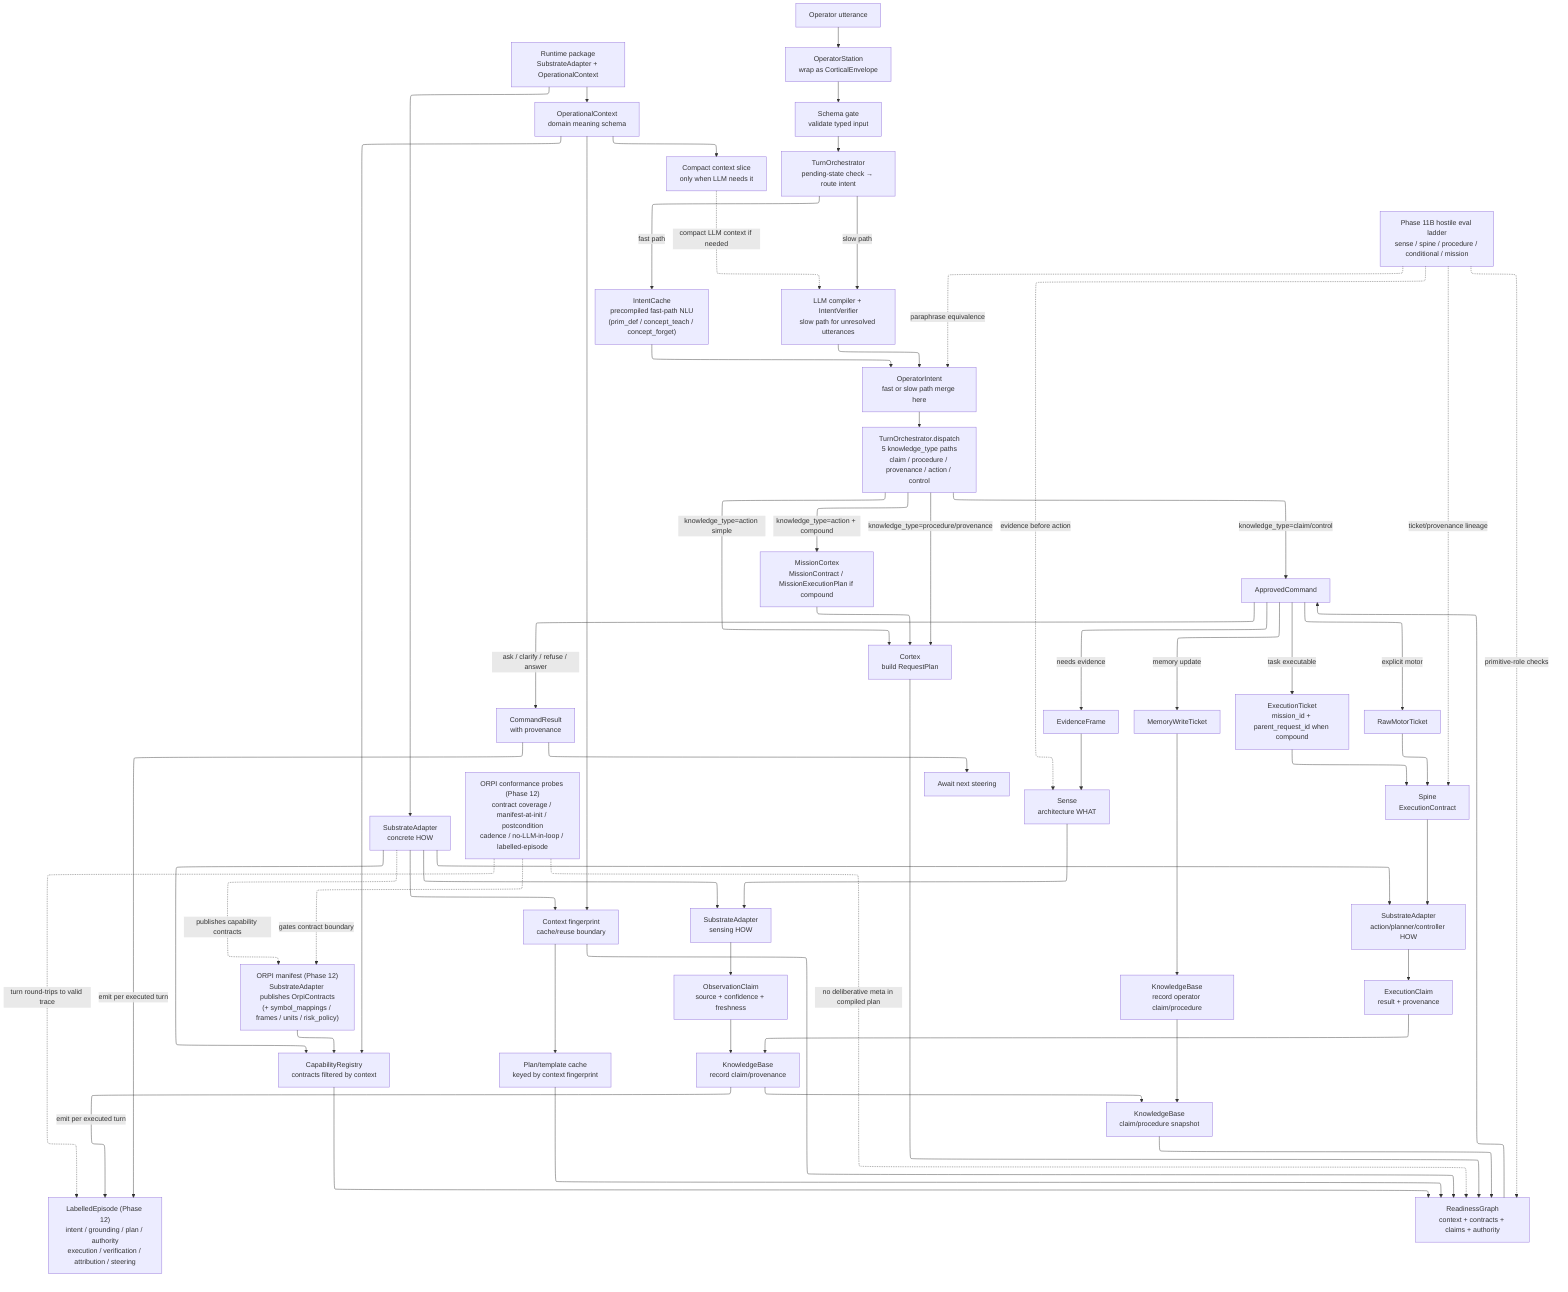
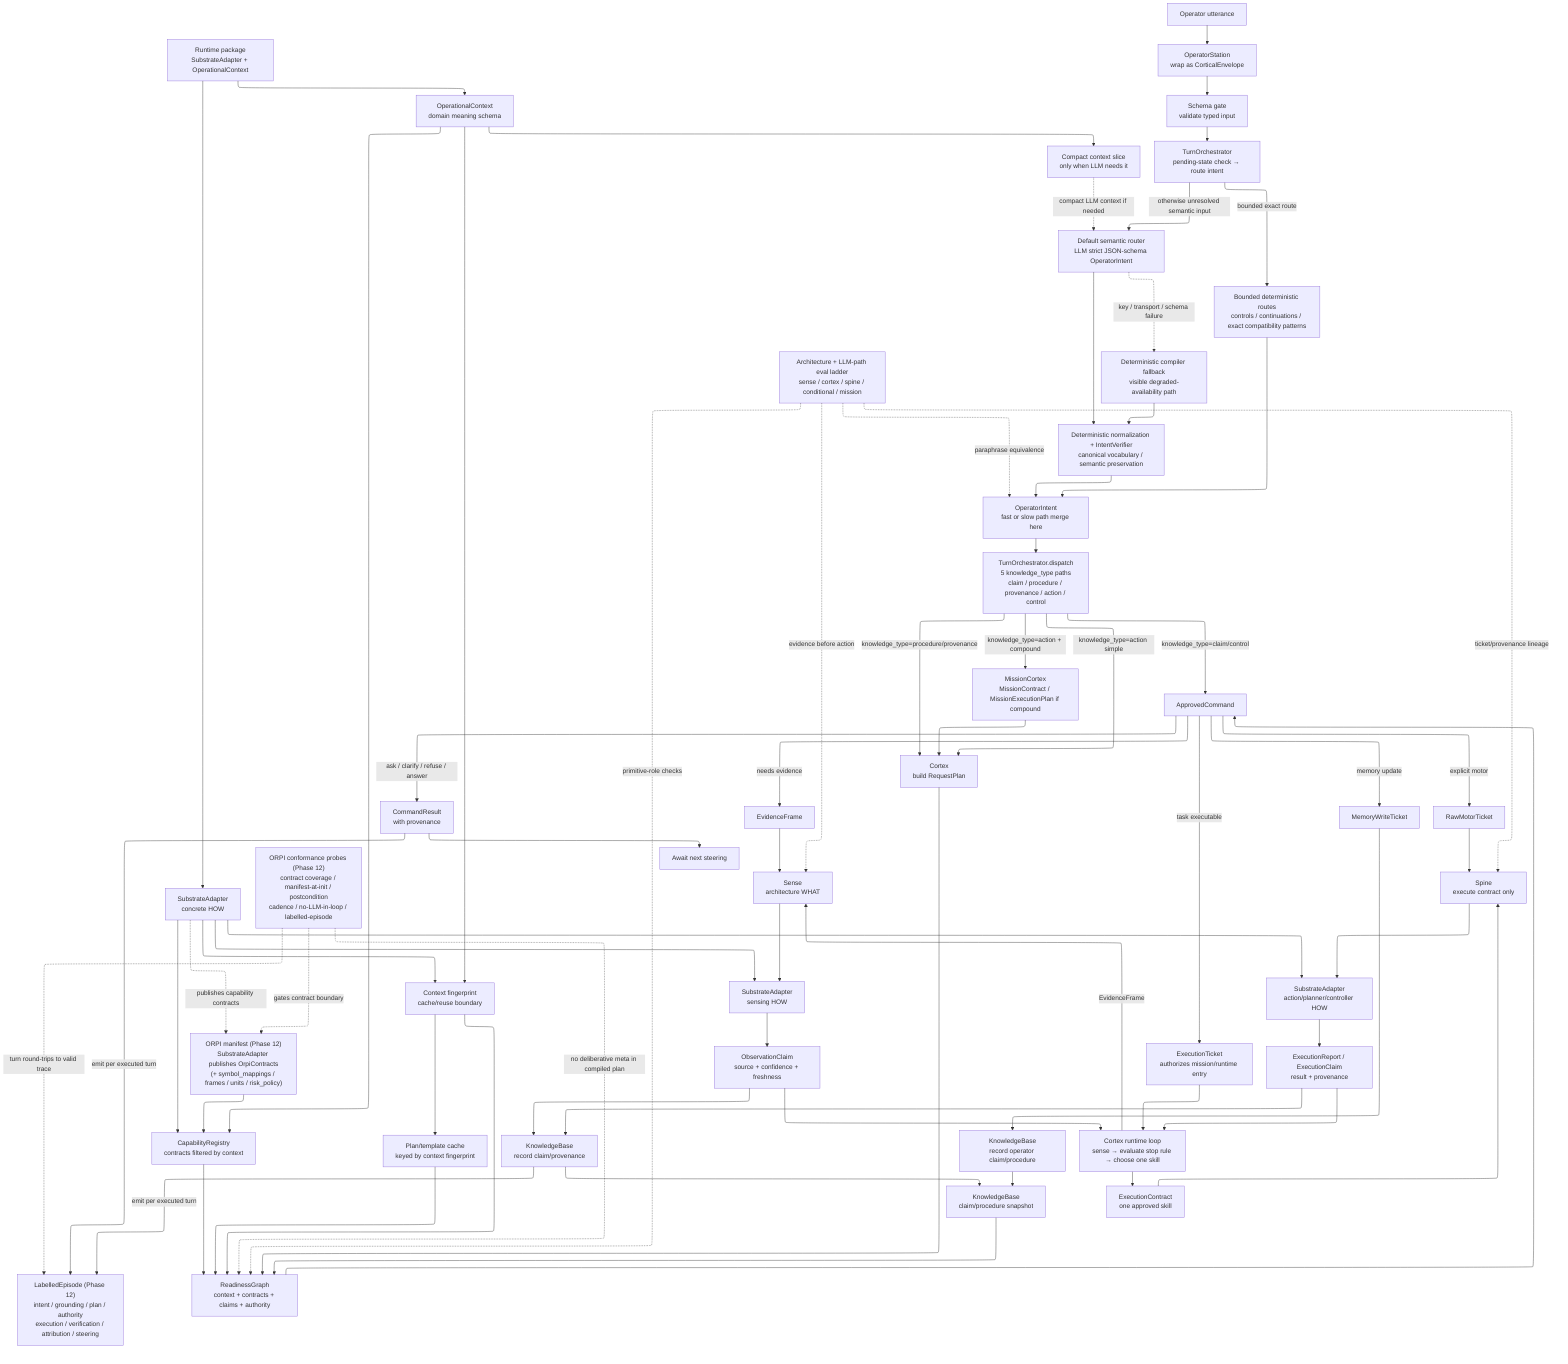
---
config:
  layout: elk
---
flowchart TD

  Runtime["Runtime package<br>SubstrateAdapter + OperationalContext"]
  Context["OperationalContext<br>domain meaning schema"]
  Substrate["SubstrateAdapter<br>concrete HOW"]
  Registry["CapabilityRegistry<br>contracts filtered by context"]
  Fingerprint["Context fingerprint<br>cache/reuse boundary"]
  Cache["Plan/template cache<br>keyed by context fingerprint"]
  Slice["Compact context slice<br>only when LLM needs it"]
-   EvalLadder["Phase 11B hostile eval ladder<br>sense / spine / procedure / conditional / mission"]
+   EvalLadder["Architecture + LLM-path eval ladder<br>sense / cortex / spine / conditional / mission"]
  OrpiManifest["ORPI manifest (Phase 12)<br>SubstrateAdapter publishes OrpiContracts<br>(+ symbol_mappings / frames / units / risk_policy)"]
  Episode["LabelledEpisode (Phase 12)<br>intent / grounding / plan / authority<br>execution / verification / attribution / steering"]
  OrpiConf["ORPI conformance probes (Phase 12)<br>contract coverage / manifest-at-init / postcondition<br>cadence / no-LLM-in-loop / labelled-episode"]

  Start["Operator utterance"]
  Station["OperatorStation<br>wrap as CorticalEnvelope"]
  SchemaIn["Schema gate<br>validate typed input"]
  Orch["TurnOrchestrator<br>pending-state check → route intent"]
-   IntentCache["IntentCache<br>precompiled fast-path NLU<br>(prim_def / concept_teach / concept_forget)"]
-   LLM["LLM compiler + IntentVerifier<br>slow path for unresolved utterances"]
+   IntentCache["Bounded deterministic routes<br>controls / continuations / exact compatibility patterns"]
+   LLM["Default semantic router<br>LLM strict JSON-schema OperatorIntent"]
+   Fallback["Deterministic compiler fallback<br>visible degraded-availability path"]
+   Normalize["Deterministic normalization + IntentVerifier<br>canonical vocabulary / semantic preservation"]
  Intent["OperatorIntent<br>fast or slow path merge here"]
  Dispatch["TurnOrchestrator.dispatch<br>5 knowledge_type paths<br>claim / procedure / provenance / action / control"]
  Mission["MissionCortex<br>MissionContract / MissionExecutionPlan if compound"]
  Plan["Cortex<br>build RequestPlan"]
  Snapshot["KnowledgeBase<br>claim/procedure snapshot"]
  Ready["ReadinessGraph<br>context + contracts + claims + authority"]
  Gate["ApprovedCommand"]

  Runtime --> Context
  Runtime --> Substrate
  Context --> Registry
  Substrate --> Registry
  Context --> Fingerprint
  Substrate --> Fingerprint
  Fingerprint --> Cache
  Context --> Slice

  Start --> Station --> SchemaIn --> Orch
-   Orch -->|fast path| IntentCache --> Intent
-   Orch -->|slow path| LLM --> Intent
+   Orch -->|bounded exact route| IntentCache --> Intent
+   Orch -->|otherwise unresolved semantic input| LLM --> Normalize --> Intent
+   LLM -. "key / transport / schema failure" .-> Fallback --> Normalize
  Slice -. "compact LLM context if needed" .-> LLM
  Intent --> Dispatch
  Dispatch -->|knowledge_type=procedure/provenance| Plan
  Dispatch -->|knowledge_type=action + compound| Mission --> Plan
  Dispatch -->|knowledge_type=action simple| Plan
  Dispatch -->|knowledge_type=claim/control| Gate
  Plan --> Ready
  Registry --> Ready
  Fingerprint --> Ready
  Cache --> Ready
  Snapshot --> Ready
  Ready --> Gate

  Gate -->|ask / clarify / refuse / answer| Result["CommandResult<br>with provenance"]
  Result --> End["Await next steering"]

  Gate -->|needs evidence| EvidenceMsg["EvidenceFrame"]
  EvidenceMsg --> Sense["Sense<br>architecture WHAT"]
  Sense --> SenseHow["SubstrateAdapter<br>sensing HOW"]
  Substrate --> SenseHow
  SenseHow --> Observation["ObservationClaim<br>source + confidence + freshness"]
  Observation --> KnowledgeWrite["KnowledgeBase<br>record claim/provenance"]
  KnowledgeWrite --> Snapshot

  Gate -->|memory update| MemoryTicket["MemoryWriteTicket"]
  MemoryTicket --> OperatorClaim["KnowledgeBase<br>record operator claim/procedure"]
  OperatorClaim --> Snapshot

-   Gate -->|task executable| ExecTicket["ExecutionTicket<br>mission_id + parent_request_id when compound"]
-   ExecTicket --> Spine["Spine<br>ExecutionContract"]
+   Gate -->|task executable| ExecTicket["ExecutionTicket<br>authorizes mission/runtime entry"]
+   ExecTicket --> RuntimeLoop["Cortex runtime loop<br>sense → evaluate stop rule → choose one skill"]
+   RuntimeLoop -->|EvidenceFrame| Sense
+   Observation --> RuntimeLoop
+   RuntimeLoop --> Contract["ExecutionContract<br>one approved skill"]
+   Contract --> Spine["Spine<br>execute contract only"]
  Spine --> ActionHow["SubstrateAdapter<br>action/planner/controller HOW"]
  Substrate --> ActionHow
-   ActionHow --> ExecClaim["ExecutionClaim<br>result + provenance"]
+   ActionHow --> ExecClaim["ExecutionReport / ExecutionClaim<br>result + provenance"]
+   ExecClaim --> RuntimeLoop
  ExecClaim --> KnowledgeWrite

  Gate -->|explicit motor| MotorTicket["RawMotorTicket"]
  MotorTicket --> Spine

  EvalLadder -. "paraphrase equivalence" .-> Intent
  EvalLadder -. "primitive-role checks" .-> Ready
  EvalLadder -. "evidence before action" .-> Sense
  EvalLadder -. "ticket/provenance lineage" .-> Spine

  Substrate -. "publishes capability contracts" .-> OrpiManifest
  OrpiManifest --> Registry
  KnowledgeWrite -->|emit per executed turn| Episode
  Result -->|emit per executed turn| Episode
  OrpiConf -. "gates contract boundary" .-> OrpiManifest
  OrpiConf -. "no deliberative meta in compiled plan" .-> Ready
  OrpiConf -. "turn round-trips to valid trace" .-> Episode
